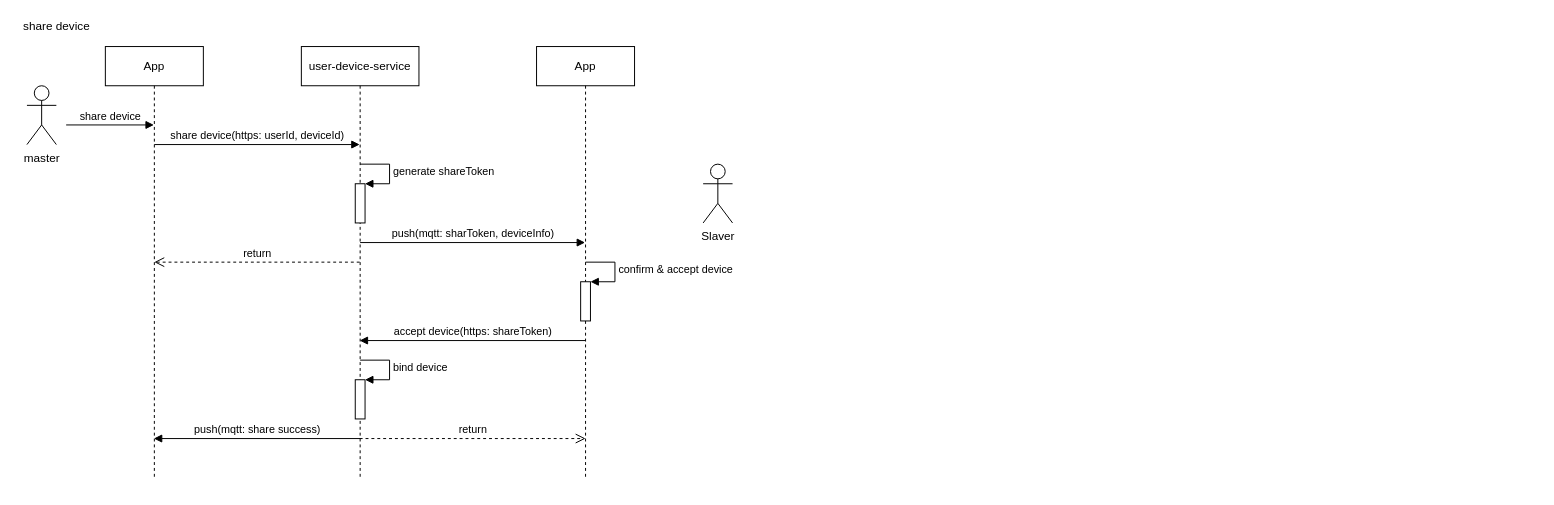
Jeff-Junfang/PNG keeps this draw.io diagram as user-device.drawio. Above is the earlier version. Source tidied: cells renumbered, new cells numbered last; positions are measured from the earlier drawing's top-left corner, leaving out a move shared by most shapes. Both pictures are drawn from the tidied source at 98%, with x=0, y=0 at pixel (17, 17).
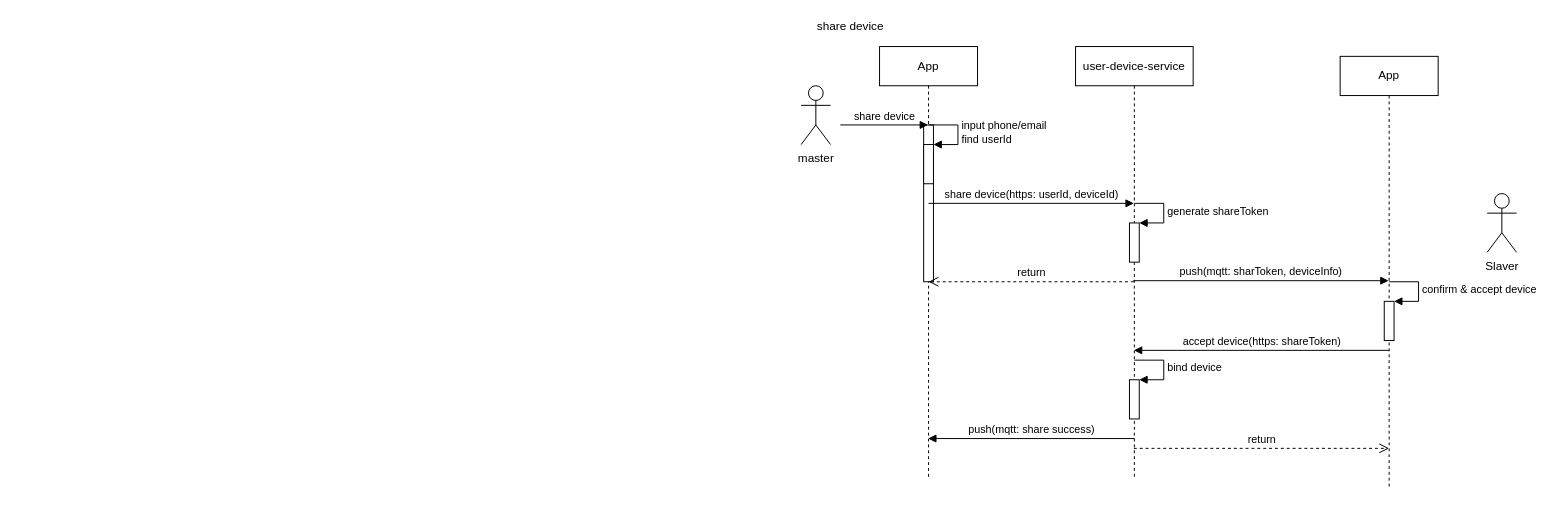
The same page after the edit.

What changed in the source:
```diff
@@
+    <mxCell id="14" value="share device" style="text;html=1;align=center;verticalAlign=middle;strokeColor=none;fillColor=none;" parent="1" vertex="1">
+      <mxGeometry x="810" width="80" height="20" as="geometry" />
+    </mxCell>
     <mxCell id="2" value="master" style="shape=umlActor;verticalLabelPosition=bottom;verticalAlign=top;html=1;" parent="1" vertex="1">
-      <mxGeometry x="10" y="70" width="30" height="60" as="geometry" />
+      <mxGeometry x="800" y="70" width="30" height="60" as="geometry" />
     </mxCell>
-    <mxCell id="3" value="App" style="shape=umlLifeline;perimeter=lifelinePerimeter;whiteSpace=wrap;html=1;outlineConnect=0;" parent="1" vertex="1">
-      <mxGeometry x="90" y="30" width="100" height="440" as="geometry" />
-    </mxCell>
+    <mxCell id="21" value="App" style="shape=umlLifeline;perimeter=lifelinePerimeter;whiteSpace=wrap;html=1;outlineConnect=0;" parent="1" vertex="1">
+      <mxGeometry x="880" y="30" width="100" height="440" as="geometry" />
+    </mxCell>
+    <mxCell id="22" style="html=1;perimeter=orthogonalPerimeter;" parent="21" vertex="1">
+      <mxGeometry x="45" y="80" width="10" height="160" as="geometry" />
+    </mxCell>
-    <mxCell id="4" value="share device(https: userId, deviceId)" style="html=1;verticalAlign=bottom;endArrow=block;rounded=0;" parent="3" edge="1" target="6">
+    <mxCell id="4" value="share device(https: userId, deviceId)" style="html=1;verticalAlign=bottom;endArrow=block;rounded=0;" parent="21" edge="1" target="6">
       <mxGeometry relative="1" as="geometry">
-        <mxPoint x="50" y="100" as="sourcePoint" />
+        <mxPoint x="50" y="160" as="sourcePoint" />
       </mxGeometry>
     </mxCell>
-    <mxCell id="5" value="return" style="html=1;verticalAlign=bottom;endArrow=open;dashed=1;endSize=8;rounded=0;" parent="3" edge="1" source="6">
-      <mxGeometry relative="1" as="geometry">
-        <mxPoint x="50" y="220" as="targetPoint" />
-      </mxGeometry>
-    </mxCell>
+    <mxCell id="23" value="return" style="html=1;verticalAlign=bottom;endArrow=open;dashed=1;endSize=8;rounded=0;" parent="21" edge="1" source="6">
+      <mxGeometry relative="1" as="geometry">
+        <mxPoint x="50" y="240" as="targetPoint" />
+      </mxGeometry>
+    </mxCell>
     <mxCell id="6" value="user-device-service" style="shape=umlLifeline;perimeter=lifelinePerimeter;whiteSpace=wrap;html=1;outlineConnect=0;" parent="1" vertex="1">
-      <mxGeometry x="290" y="30" width="120" height="440" as="geometry" />
+      <mxGeometry x="1080" y="30" width="120" height="440" as="geometry" />
     </mxCell>
-    <mxCell id="7" style="html=1;points=[];perimeter=orthogonalPerimeter;" parent="6" vertex="1">
-      <mxGeometry x="55" y="140" width="10" height="40" as="geometry" />
-    </mxCell>
+    <mxCell id="24" style="html=1;points=[];perimeter=orthogonalPerimeter;" parent="6" vertex="1">
+      <mxGeometry x="55" y="180" width="10" height="40" as="geometry" />
+    </mxCell>
-    <mxCell id="8" value="generate shareToken" style="edgeStyle=orthogonalEdgeStyle;html=1;align=left;spacingLeft=2;endArrow=block;rounded=0;entryX=1;entryY=0;" parent="6" edge="1" target="7">
+    <mxCell id="8" value="generate shareToken" style="edgeStyle=orthogonalEdgeStyle;html=1;align=left;spacingLeft=2;endArrow=block;rounded=0;entryX=1;entryY=0;" parent="6" edge="1" target="24">
       <mxGeometry relative="1" as="geometry">
-        <mxPoint x="60" y="120" as="sourcePoint" />
+        <mxPoint x="60" y="160" as="sourcePoint" />
         <Array as="points">
-          <mxPoint x="90" y="120" />
+          <mxPoint x="90" y="160" />
         </Array>
       </mxGeometry>
     </mxCell>
-    <mxCell id="9" value="push(mqtt: sharToken, deviceInfo)" style="html=1;verticalAlign=bottom;endArrow=block;rounded=0;" parent="6" edge="1" target="15">
-      <mxGeometry relative="1" as="geometry">
-        <mxPoint x="60" y="200" as="sourcePoint" />
-      </mxGeometry>
-    </mxCell>
@@
-    <mxCell id="12" value="push(mqtt: share success)" style="html=1;verticalAlign=bottom;endArrow=block;rounded=0;" parent="6" edge="1" target="3">
+    <mxCell id="12" value="push(mqtt: share success)" style="html=1;verticalAlign=bottom;endArrow=block;rounded=0;" parent="6" edge="1" target="21">
       <mxGeometry relative="1" as="geometry">
         <mxPoint x="60" y="400" as="sourcePoint" />
       </mxGeometry>
     </mxCell>
-    <mxCell id="13" value="share device" style="html=1;verticalAlign=bottom;endArrow=block;rounded=0;" parent="1" edge="1" target="3">
+    <mxCell id="13" value="share device" style="html=1;verticalAlign=bottom;endArrow=block;rounded=0;" parent="1" edge="1" target="21">
       <mxGeometry relative="1" as="geometry">
-        <mxPoint x="50" y="110" as="sourcePoint" />
+        <mxPoint x="840" y="110" as="sourcePoint" />
       </mxGeometry>
     </mxCell>
-    <mxCell id="14" value="share device" style="text;html=1;align=center;verticalAlign=middle;strokeColor=none;fillColor=none;" parent="1" vertex="1">
-      <mxGeometry width="80" height="20" as="geometry" />
-    </mxCell>
-    <mxCell id="15" value="App" style="shape=umlLifeline;perimeter=lifelinePerimeter;whiteSpace=wrap;html=1;outlineConnect=0;" parent="1" vertex="1">
-      <mxGeometry x="530" y="30" width="100" height="440" as="geometry" />
-    </mxCell>
-    <mxCell id="16" style="html=1;points=[];perimeter=orthogonalPerimeter;" parent="15" vertex="1">
-      <mxGeometry x="45" y="240" width="10" height="40" as="geometry" />
-    </mxCell>
+    <mxCell id="25" value="App" style="shape=umlLifeline;perimeter=lifelinePerimeter;whiteSpace=wrap;html=1;outlineConnect=0;" parent="1" vertex="1">
+      <mxGeometry x="1350" y="40" width="100" height="440" as="geometry" />
+    </mxCell>
+    <mxCell id="26" style="html=1;points=[];perimeter=orthogonalPerimeter;" parent="25" vertex="1">
+      <mxGeometry x="45" y="250" width="10" height="40" as="geometry" />
+    </mxCell>
-    <mxCell id="17" value="confirm &amp;amp; accept device" style="edgeStyle=orthogonalEdgeStyle;html=1;align=left;spacingLeft=2;endArrow=block;rounded=0;entryX=1;entryY=0;" parent="15" edge="1" target="16">
+    <mxCell id="17" value="confirm &amp;amp; accept device" style="edgeStyle=orthogonalEdgeStyle;html=1;align=left;spacingLeft=2;endArrow=block;rounded=0;entryX=1;entryY=0;" parent="25" edge="1" target="26">
       <mxGeometry relative="1" as="geometry">
-        <mxPoint x="50" y="220" as="sourcePoint" />
+        <mxPoint x="50" y="230" as="sourcePoint" />
         <Array as="points">
-          <mxPoint x="80" y="220" />
+          <mxPoint x="80" y="230" />
         </Array>
       </mxGeometry>
     </mxCell>
-    <mxCell id="18" value="accept device(https: shareToken)" style="html=1;verticalAlign=bottom;endArrow=block;rounded=0;" parent="15" edge="1" target="6">
+    <mxCell id="18" value="accept device(https: shareToken)" style="html=1;verticalAlign=bottom;endArrow=block;rounded=0;" parent="25" edge="1" target="6">
       <mxGeometry relative="1" as="geometry">
         <mxPoint x="50" y="300" as="sourcePoint" />
       </mxGeometry>
     </mxCell>
-    <mxCell id="19" value="return" style="html=1;verticalAlign=bottom;endArrow=open;dashed=1;endSize=8;rounded=0;" parent="15" edge="1" source="6">
-      <mxGeometry relative="1" as="geometry">
-        <mxPoint x="50" y="400" as="targetPoint" />
-      </mxGeometry>
-    </mxCell>
+    <mxCell id="27" value="return" style="html=1;verticalAlign=bottom;endArrow=open;dashed=1;endSize=8;rounded=0;" parent="25" edge="1" source="6">
+      <mxGeometry relative="1" as="geometry">
+        <mxPoint x="50" y="400" as="targetPoint" />
+      </mxGeometry>
+    </mxCell>
     <mxCell id="20" value="Slaver" style="shape=umlActor;verticalLabelPosition=bottom;verticalAlign=top;html=1;" parent="1" vertex="1">
-      <mxGeometry x="700" y="150" width="30" height="60" as="geometry" />
+      <mxGeometry x="1500" y="180" width="30" height="60" as="geometry" />
     </mxCell>
+    <mxCell id="28" style="html=1;points=[];perimeter=orthogonalPerimeter;" parent="1" vertex="1">
+      <mxGeometry x="925" y="130" width="10" height="40" as="geometry" />
+    </mxCell>
+    <mxCell id="29" value="input phone/email&lt;br&gt;find userId" style="edgeStyle=orthogonalEdgeStyle;html=1;align=left;spacingLeft=2;endArrow=block;rounded=0;entryX=1;entryY=0;" parent="1" edge="1" target="28">
+      <mxGeometry relative="1" as="geometry">
+        <mxPoint x="930" y="110" as="sourcePoint" />
+        <Array as="points">
+          <mxPoint x="960" y="110" />
+        </Array>
+      </mxGeometry>
+    </mxCell>
+    <mxCell id="9" value="push(mqtt: sharToken, deviceInfo)" style="html=1;verticalAlign=bottom;endArrow=block;rounded=0;exitX=0.492;exitY=0.543;exitDx=0;exitDy=0;exitPerimeter=0;" parent="1" edge="1" source="6" target="25">
+      <mxGeometry relative="1" as="geometry" />
+    </mxCell>
```
